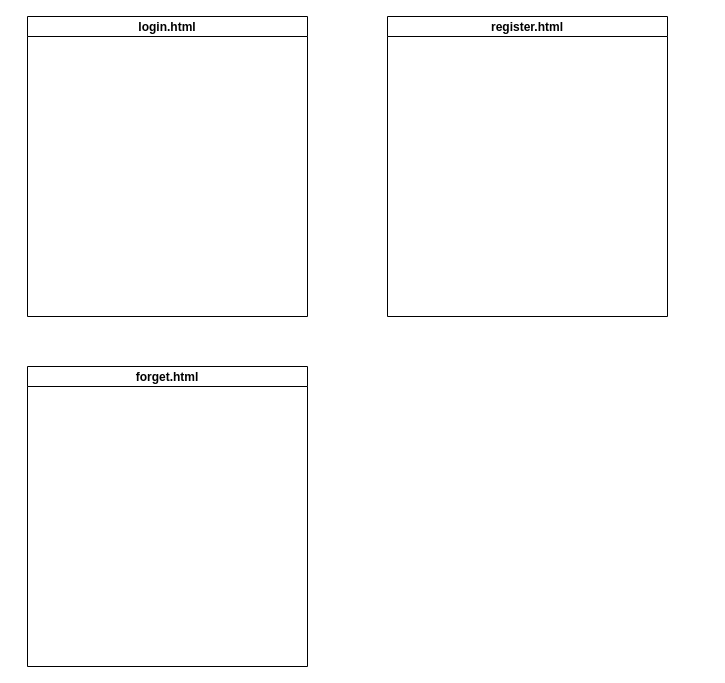
Earlier version of the draw.io diagram LessonUML/用户交互GUI.drawio (WFTGF2024/UML). Source tidied: cells renumbered, new cells numbered last; positions are measured from the earlier drawing's top-left corner, leaving out a move shared by most shapes. Both pictures are drawn from the tidied source at 100%, with x=0, y=0 at pixel (27, 16).
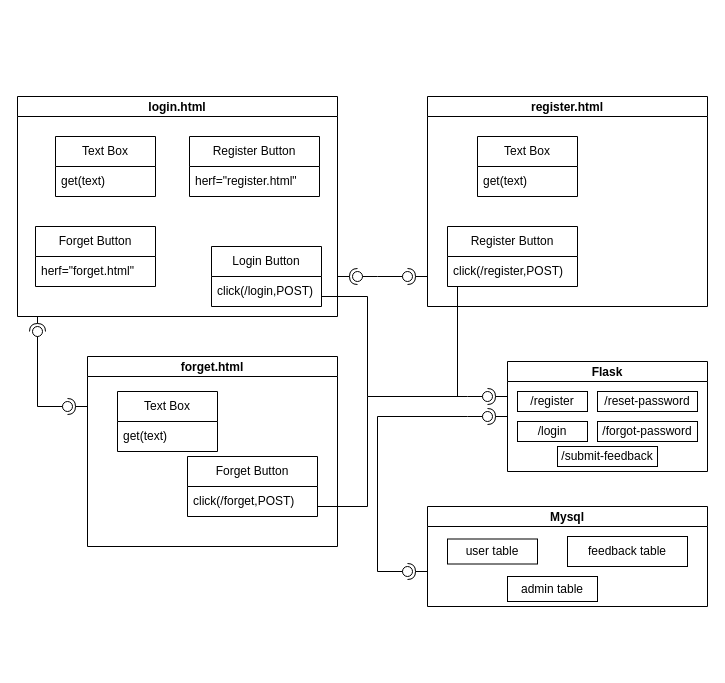
After the change.

Commit message (it also covers changes not shown here):
更新用户交互GUI.drawio

Change to the diagram source:
```diff
@@
     <mxCell id="2" value="login.html" style="swimlane;startSize=20;" parent="1" vertex="1">
-      <mxGeometry width="280" height="300" as="geometry" />
+      <mxGeometry x="-10" y="80" width="320" height="220" as="geometry" />
     </mxCell>
+    <mxCell id="5" value="Login Button" style="swimlane;fontStyle=0;horizontal=1;startSize=30;whiteSpace=wrap;html=1;" parent="2" vertex="1">
+      <mxGeometry x="194" y="150" width="110" height="60" as="geometry" />
+    </mxCell>
+    <mxCell id="6" value="click(/login,POST)" style="text;strokeColor=none;fillColor=none;align=left;verticalAlign=middle;spacingLeft=4;spacingRight=4;overflow=hidden;whiteSpace=wrap;html=1;" parent="5" vertex="1">
+      <mxGeometry y="30" width="110" height="30" as="geometry" />
+    </mxCell>
+    <mxCell id="7" value="Forget Button" style="swimlane;fontStyle=0;horizontal=1;startSize=30;whiteSpace=wrap;html=1;" parent="2" vertex="1">
+      <mxGeometry x="18" y="130" width="120" height="60" as="geometry" />
+    </mxCell>
+    <mxCell id="8" value="herf=&quot;forget.html&quot;" style="text;strokeColor=none;fillColor=none;align=left;verticalAlign=middle;spacingLeft=4;spacingRight=4;overflow=hidden;whiteSpace=wrap;html=1;" parent="7" vertex="1">
+      <mxGeometry y="30" width="120" height="30" as="geometry" />
+    </mxCell>
+    <mxCell id="9" value="Register Button" style="swimlane;fontStyle=0;horizontal=1;startSize=30;whiteSpace=wrap;html=1;" parent="2" vertex="1">
+      <mxGeometry x="172" y="40" width="130" height="60" as="geometry" />
+    </mxCell>
+    <mxCell id="10" value="herf=&quot;register.html&quot;" style="text;strokeColor=none;fillColor=none;align=left;verticalAlign=middle;spacingLeft=4;spacingRight=4;overflow=hidden;whiteSpace=wrap;html=1;" parent="9" vertex="1">
+      <mxGeometry y="30" width="130" height="30" as="geometry" />
+    </mxCell>
+    <mxCell id="11" value="Text Box" style="swimlane;fontStyle=0;horizontal=1;startSize=30;whiteSpace=wrap;html=1;" parent="2" vertex="1">
+      <mxGeometry x="38" y="40" width="100" height="60" as="geometry" />
+    </mxCell>
+    <mxCell id="12" value="get(text)" style="text;strokeColor=none;fillColor=none;align=left;verticalAlign=middle;spacingLeft=4;spacingRight=4;overflow=hidden;whiteSpace=wrap;html=1;" parent="11" vertex="1">
+      <mxGeometry y="30" width="100" height="30" as="geometry" />
+    </mxCell>
+    <mxCell id="13" style="endArrow=none;html=1;rounded=0;" parent="2" edge="1">
+      <mxGeometry relative="1" as="geometry">
+        <mxPoint x="350" y="300" as="sourcePoint" />
+        <mxPoint x="350" y="200" as="targetPoint" />
+      </mxGeometry>
+    </mxCell>
     <mxCell id="3" value="forget.html" style="swimlane;startSize=20;" parent="1" vertex="1">
-      <mxGeometry y="350" width="280" height="300" as="geometry" />
+      <mxGeometry x="60" y="340" width="250" height="190" as="geometry" />
     </mxCell>
+    <mxCell id="14" value="Forget Button" style="swimlane;fontStyle=0;horizontal=1;startSize=30;whiteSpace=wrap;html=1;" parent="3" vertex="1">
+      <mxGeometry x="100" y="100" width="130" height="60" as="geometry" />
+    </mxCell>
+    <mxCell id="15" value="click(/forget,POST)" style="text;strokeColor=none;fillColor=none;align=left;verticalAlign=middle;spacingLeft=4;spacingRight=4;overflow=hidden;whiteSpace=wrap;html=1;" parent="14" vertex="1">
+      <mxGeometry y="30" width="130" height="30" as="geometry" />
+    </mxCell>
+    <mxCell id="16" value="Text Box" style="swimlane;fontStyle=0;horizontal=1;startSize=30;whiteSpace=wrap;html=1;" parent="3" vertex="1">
+      <mxGeometry x="30" y="35" width="100" height="60" as="geometry" />
+    </mxCell>
+    <mxCell id="17" value="get(text)" style="text;strokeColor=none;fillColor=none;align=left;verticalAlign=middle;spacingLeft=4;spacingRight=4;overflow=hidden;whiteSpace=wrap;html=1;" parent="16" vertex="1">
+      <mxGeometry y="30" width="100" height="30" as="geometry" />
+    </mxCell>
     <mxCell id="4" value="register.html" style="swimlane;startSize=20;" parent="1" vertex="1">
-      <mxGeometry x="360" width="280" height="300" as="geometry" />
+      <mxGeometry x="400" y="80" width="280" height="210" as="geometry" />
     </mxCell>
+    <mxCell id="18" value="Register Button" style="swimlane;fontStyle=0;horizontal=1;startSize=30;whiteSpace=wrap;html=1;" parent="4" vertex="1">
+      <mxGeometry x="20" y="130" width="130" height="60" as="geometry" />
+    </mxCell>
+    <mxCell id="19" value="click(/register,POST)" style="text;strokeColor=none;fillColor=none;align=left;verticalAlign=middle;spacingLeft=4;spacingRight=4;overflow=hidden;points=[[0,0.5],[1,0.5]];portConstraint=eastwest;whiteSpace=wrap;html=1;" parent="18" vertex="1">
+      <mxGeometry y="30" width="130" height="30" as="geometry" />
+    </mxCell>
+    <mxCell id="20" value="Text Box" style="swimlane;fontStyle=0;horizontal=1;startSize=30;whiteSpace=wrap;html=1;" parent="4" vertex="1">
+      <mxGeometry x="50" y="40" width="100" height="60" as="geometry" />
+    </mxCell>
+    <mxCell id="21" value="get(text)" style="text;strokeColor=none;fillColor=none;align=left;verticalAlign=middle;spacingLeft=4;spacingRight=4;overflow=hidden;whiteSpace=wrap;html=1;" parent="20" vertex="1">
+      <mxGeometry y="30" width="100" height="30" as="geometry" />
+    </mxCell>
+    <mxCell id="22" value="Flask" style="swimlane;startSize=20;" parent="1" vertex="1">
+      <mxGeometry x="480" y="345" width="200" height="110" as="geometry" />
+    </mxCell>
+    <mxCell id="23" value="/register" style="whiteSpace=wrap;html=1;" parent="22" vertex="1">
+      <mxGeometry x="10" y="30" width="70" height="20" as="geometry" />
+    </mxCell>
+    <mxCell id="24" value="/reset-password" style="whiteSpace=wrap;html=1;" parent="22" vertex="1">
+      <mxGeometry x="90" y="30" width="100" height="20" as="geometry" />
+    </mxCell>
+    <mxCell id="25" value="/login" style="whiteSpace=wrap;html=1;" parent="22" vertex="1">
+      <mxGeometry x="10" y="60" width="70" height="20" as="geometry" />
+    </mxCell>
+    <mxCell id="26" value="/forgot-password" style="whiteSpace=wrap;html=1;" parent="22" vertex="1">
+      <mxGeometry x="90" y="60" width="100" height="20" as="geometry" />
+    </mxCell>
+    <mxCell id="27" value="/submit-feedback" style="whiteSpace=wrap;html=1;" parent="22" vertex="1">
+      <mxGeometry x="50" y="85" width="100" height="20" as="geometry" />
+    </mxCell>
+    <mxCell id="28" value="Mysql" style="swimlane;startSize=20;" parent="1" vertex="1">
+      <mxGeometry x="400" y="490" width="280" height="100" as="geometry" />
+    </mxCell>
+    <mxCell id="29" value="user table" style="whiteSpace=wrap;html=1;" parent="28" vertex="1">
+      <mxGeometry x="20" y="32.5" width="90" height="25" as="geometry" />
+    </mxCell>
+    <mxCell id="30" value="feedback table" style="whiteSpace=wrap;html=1;" parent="28" vertex="1">
+      <mxGeometry x="140" y="30" width="120" height="30" as="geometry" />
+    </mxCell>
+    <mxCell id="31" value="admin table" style="whiteSpace=wrap;html=1;" parent="28" vertex="1">
+      <mxGeometry x="80" y="70" width="90" height="25" as="geometry" />
+    </mxCell>
+    <mxCell id="32" style="rounded=0;jettySize=auto;html=1;endArrow=oval;endFill=0;sketch=0;sourcePerimeterSpacing=0;targetPerimeterSpacing=0;endSize=10;" parent="1" edge="1" target="44">
+      <mxGeometry relative="1" as="geometry">
+        <mxPoint x="350" y="260" as="sourcePoint" />
+      </mxGeometry>
+    </mxCell>
+    <mxCell id="33" style="rounded=0;jettySize=auto;html=1;endArrow=halfCircle;endFill=0;endSize=6;strokeWidth=1;sketch=0;entryX=0.405;entryY=0.595;entryDx=0;entryDy=0;entryPerimeter=0;" parent="1" edge="1" target="35">
+      <mxGeometry relative="1" as="geometry">
+        <mxPoint x="10" y="300" as="sourcePoint" />
+      </mxGeometry>
+    </mxCell>
+    <mxCell id="34" style="rounded=0;jettySize=auto;html=1;endArrow=oval;endFill=0;sketch=0;sourcePerimeterSpacing=0;targetPerimeterSpacing=0;endSize=10;" parent="1" edge="1" target="35">
+      <mxGeometry relative="1" as="geometry">
+        <mxPoint x="10" y="390" as="sourcePoint" />
+      </mxGeometry>
+    </mxCell>
+    <mxCell id="35" style="ellipse;whiteSpace=wrap;html=1;align=center;fillColor=none;strokeColor=none;perimeter=centerPerimeter;points=[];outlineConnect=1;" parent="1" vertex="1">
+      <mxGeometry x="5" y="310" width="10" height="10" as="geometry" />
+    </mxCell>
+    <mxCell id="36" style="rounded=0;jettySize=auto;html=1;endArrow=halfCircle;endFill=0;endSize=6;strokeWidth=1;sketch=0;" parent="1" edge="1" target="38">
+      <mxGeometry relative="1" as="geometry">
+        <mxPoint x="60" y="390" as="sourcePoint" />
+      </mxGeometry>
+    </mxCell>
+    <mxCell id="37" style="rounded=0;jettySize=auto;html=1;endArrow=oval;endFill=0;sketch=0;sourcePerimeterSpacing=0;targetPerimeterSpacing=0;endSize=10;" parent="1" edge="1" target="38">
+      <mxGeometry relative="1" as="geometry">
+        <mxPoint x="10" y="390" as="sourcePoint" />
+      </mxGeometry>
+    </mxCell>
+    <mxCell id="38" style="ellipse;whiteSpace=wrap;html=1;align=center;fillColor=none;strokeColor=none;perimeter=centerPerimeter;points=[];outlineConnect=1;" parent="1" vertex="1">
+      <mxGeometry x="35" y="385" width="10" height="10" as="geometry" />
+    </mxCell>
+    <mxCell id="39" style="rounded=0;orthogonalLoop=1;jettySize=auto;html=1;endArrow=halfCircle;endFill=0;endSize=6;strokeWidth=1;sketch=0;" parent="1" edge="1">
+      <mxGeometry relative="1" as="geometry">
+        <mxPoint x="310" y="260" as="sourcePoint" />
+        <mxPoint x="330" y="260" as="targetPoint" />
+      </mxGeometry>
+    </mxCell>
+    <mxCell id="40" style="rounded=0;orthogonalLoop=1;jettySize=auto;html=1;endArrow=oval;endFill=0;sketch=0;sourcePerimeterSpacing=0;targetPerimeterSpacing=0;endSize=10;" parent="1" edge="1">
+      <mxGeometry relative="1" as="geometry">
+        <mxPoint x="350" y="260" as="sourcePoint" />
+        <mxPoint x="330" y="260" as="targetPoint" />
+      </mxGeometry>
+    </mxCell>
+    <mxCell id="41" style="ellipse;whiteSpace=wrap;html=1;align=center;fillColor=none;strokeColor=none;perimeter=centerPerimeter;" parent="1" vertex="1">
+      <mxGeometry x="360" y="220" width="10" height="10" as="geometry" />
+    </mxCell>
+    <mxCell id="42" style="rounded=0;jettySize=auto;html=1;endArrow=halfCircle;endFill=0;endSize=6;strokeWidth=1;sketch=0;" parent="1" edge="1" source="44">
+      <mxGeometry relative="1" as="geometry">
+        <mxPoint x="380" y="260" as="targetPoint" />
+      </mxGeometry>
+    </mxCell>
+    <mxCell id="43" style="rounded=0;jettySize=auto;html=1;endArrow=halfCircle;endFill=0;endSize=6;strokeWidth=1;sketch=0;" parent="1" edge="1" target="44">
+      <mxGeometry relative="1" as="geometry">
+        <mxPoint x="400" y="260" as="sourcePoint" />
+      </mxGeometry>
+    </mxCell>
+    <mxCell id="44" style="ellipse;whiteSpace=wrap;html=1;align=center;fillColor=none;strokeColor=none;perimeter=centerPerimeter;points=[];outlineConnect=1;" parent="1" vertex="1">
+      <mxGeometry x="375" y="255" width="10" height="10" as="geometry" />
+    </mxCell>
+    <mxCell id="45" style="rounded=0;jettySize=auto;html=1;endArrow=halfCircle;endFill=0;endSize=6;strokeWidth=1;sketch=0;" parent="1" edge="1" target="47">
+      <mxGeometry relative="1" as="geometry">
+        <mxPoint x="480" y="380" as="sourcePoint" />
+      </mxGeometry>
+    </mxCell>
+    <mxCell id="46" style="rounded=0;jettySize=auto;html=1;endArrow=oval;endFill=0;sketch=0;sourcePerimeterSpacing=0;targetPerimeterSpacing=0;endSize=10;" parent="1" edge="1" target="47">
+      <mxGeometry relative="1" as="geometry">
+        <mxPoint x="440" y="380" as="sourcePoint" />
+      </mxGeometry>
+    </mxCell>
+    <mxCell id="47" style="ellipse;whiteSpace=wrap;html=1;align=center;fillColor=none;strokeColor=none;perimeter=centerPerimeter;points=[];outlineConnect=1;" parent="1" vertex="1">
+      <mxGeometry x="455" y="375" width="10" height="10" as="geometry" />
+    </mxCell>
+    <mxCell id="48" style="rounded=0;jettySize=auto;html=1;endArrow=halfCircle;endFill=0;endSize=6;strokeWidth=1;sketch=0;" parent="1" edge="1" target="50">
+      <mxGeometry relative="1" as="geometry">
+        <mxPoint x="400" y="555" as="sourcePoint" />
+      </mxGeometry>
+    </mxCell>
+    <mxCell id="49" style="rounded=0;jettySize=auto;html=1;endArrow=oval;endFill=0;sketch=0;sourcePerimeterSpacing=0;targetPerimeterSpacing=0;endSize=10;" parent="1" edge="1" target="50">
+      <mxGeometry relative="1" as="geometry">
+        <mxPoint x="350" y="555" as="sourcePoint" />
+      </mxGeometry>
+    </mxCell>
+    <mxCell id="50" style="ellipse;whiteSpace=wrap;html=1;align=center;fillColor=none;strokeColor=none;perimeter=centerPerimeter;points=[];outlineConnect=1;" parent="1" vertex="1">
+      <mxGeometry x="375" y="550" width="10" height="10" as="geometry" />
+    </mxCell>
+    <mxCell id="51" style="rounded=0;jettySize=auto;html=1;endArrow=halfCircle;endFill=0;endSize=6;strokeWidth=1;sketch=0;" parent="1" edge="1" target="53">
+      <mxGeometry relative="1" as="geometry">
+        <mxPoint x="480" y="400" as="sourcePoint" />
+      </mxGeometry>
+    </mxCell>
+    <mxCell id="52" style="rounded=0;jettySize=auto;html=1;endArrow=oval;endFill=0;sketch=0;sourcePerimeterSpacing=0;targetPerimeterSpacing=0;endSize=10;" parent="1" edge="1" target="53">
+      <mxGeometry relative="1" as="geometry">
+        <mxPoint x="440" y="400" as="sourcePoint" />
+      </mxGeometry>
+    </mxCell>
+    <mxCell id="53" style="ellipse;whiteSpace=wrap;html=1;align=center;fillColor=none;strokeColor=none;perimeter=centerPerimeter;points=[];outlineConnect=1;" parent="1" vertex="1">
+      <mxGeometry x="455" y="395" width="10" height="10" as="geometry" />
+    </mxCell>
+    <mxCell id="54" style="endArrow=none;html=1;rounded=0;" parent="1" edge="1">
+      <mxGeometry relative="1" as="geometry">
+        <mxPoint x="290" y="490" as="sourcePoint" />
+        <mxPoint x="340" y="490" as="targetPoint" />
+      </mxGeometry>
+    </mxCell>
+    <mxCell id="55" style="endArrow=none;html=1;rounded=0;" parent="1" edge="1">
+      <mxGeometry relative="1" as="geometry">
+        <mxPoint x="340" y="490" as="sourcePoint" />
+        <mxPoint x="340" y="380" as="targetPoint" />
+      </mxGeometry>
+    </mxCell>
+    <mxCell id="56" style="endArrow=none;html=1;rounded=0;" parent="1" edge="1">
+      <mxGeometry relative="1" as="geometry">
+        <mxPoint x="340" y="380" as="sourcePoint" />
+        <mxPoint x="440" y="380" as="targetPoint" />
+      </mxGeometry>
+    </mxCell>
+    <mxCell id="57" style="endArrow=none;html=1;rounded=0;exitX=0.936;exitY=1.022;exitDx=0;exitDy=0;exitPerimeter=0;" parent="1" edge="1">
+      <mxGeometry relative="1" as="geometry">
+        <mxPoint x="294" y="280" as="sourcePoint" />
+        <mxPoint x="340" y="280" as="targetPoint" />
+      </mxGeometry>
+    </mxCell>
+    <mxCell id="58" style="endArrow=none;html=1;rounded=0;entryX=0.077;entryY=1;entryDx=0;entryDy=0;entryPerimeter=0;" parent="1" edge="1" target="19">
+      <mxGeometry relative="1" as="geometry">
+        <mxPoint x="430" y="380" as="sourcePoint" />
+      </mxGeometry>
+    </mxCell>
+    <mxCell id="59" style="endArrow=none;html=1;rounded=0;" parent="1" edge="1">
+      <mxGeometry relative="1" as="geometry">
+        <mxPoint x="350" y="400" as="sourcePoint" />
+        <mxPoint x="440" y="400" as="targetPoint" />
+      </mxGeometry>
+    </mxCell>
+    <mxCell id="60" style="endArrow=none;html=1;rounded=0;" parent="1" edge="1">
+      <mxGeometry relative="1" as="geometry">
+        <mxPoint x="350" y="555" as="sourcePoint" />
+        <mxPoint x="350" y="400" as="targetPoint" />
+      </mxGeometry>
+    </mxCell>
```
